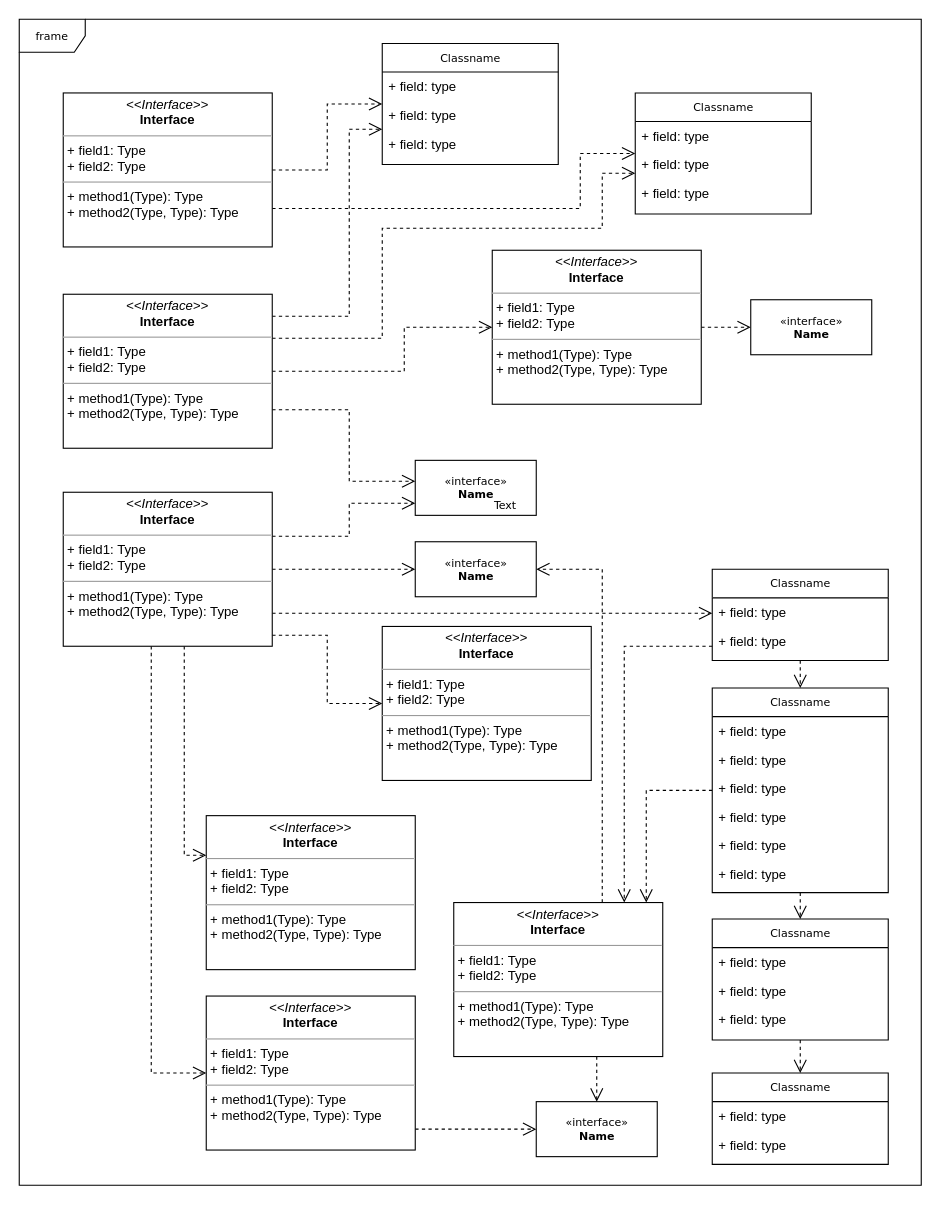
Earlier version of the draw.io diagram page "Page-1" (1 of 2) of images/Untitled Diagram.drawio (weiba6666/Markdown). Source tidied: cells renumbered, new cells numbered last; positions are measured from the earlier drawing's top-left corner, leaving out a move shared by most shapes. Both pictures are drawn from the tidied source at 110%, with x=0, y=0 at pixel (19, 19).
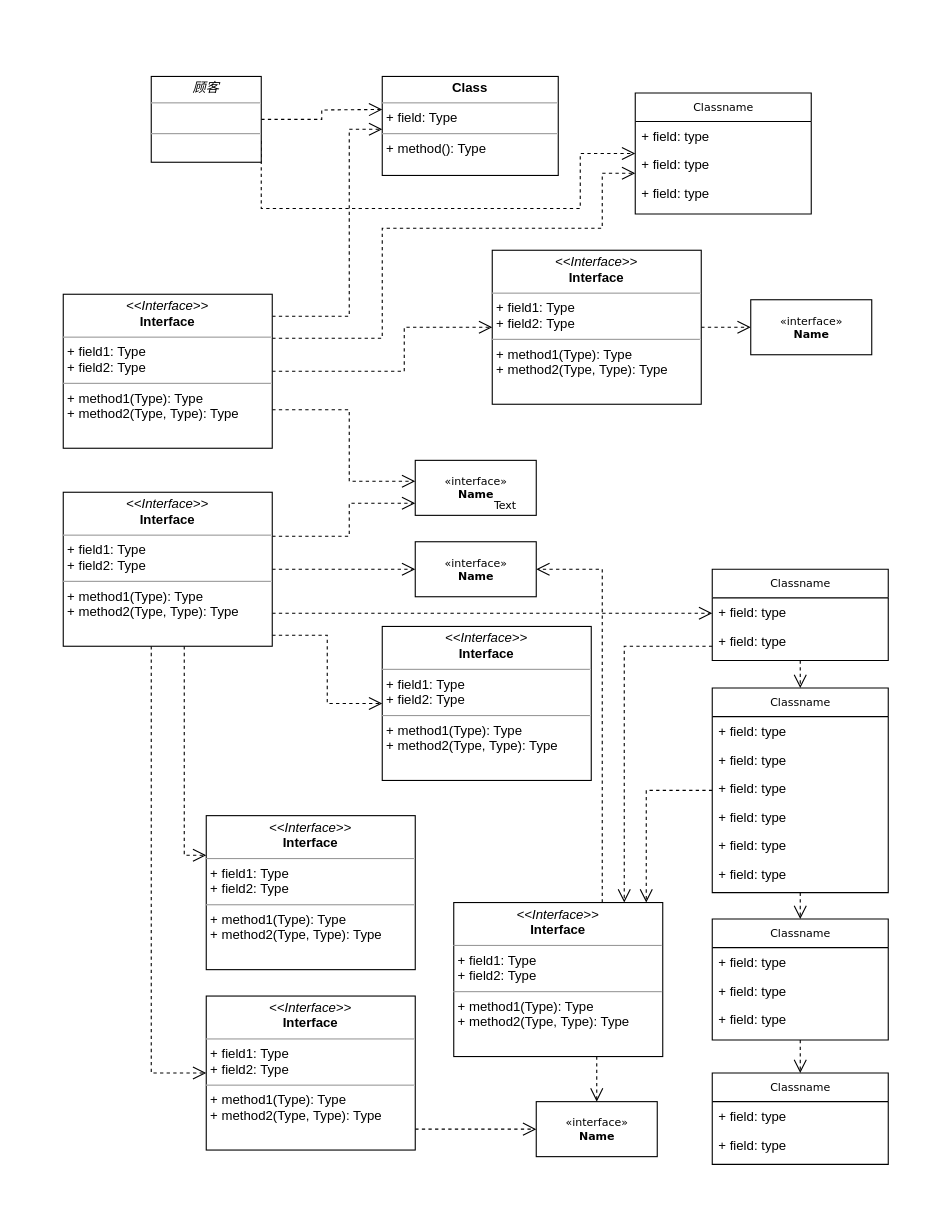
After the change.

Unchanged cells that the change refers to:
```xml
<mxCell id="53" value="&lt;p style=&quot;margin:0px;margin-top:4px;text-align:center;&quot;&gt;&lt;i&gt;&amp;lt;&amp;lt;Interface&amp;gt;&amp;gt;&lt;/i&gt;&lt;br/&gt;&lt;b&gt;Interface&lt;/b&gt;&lt;/p&gt;&lt;hr size=&quot;1&quot;/&gt;&lt;p style=&quot;margin:0px;margin-left:4px;&quot;&gt;+ field1: Type&lt;br/&gt;+ field2: Type&lt;/p&gt;&lt;hr size=&quot;1&quot;/&gt;&lt;p style=&quot;margin:0px;margin-left:4px;&quot;&gt;+ method1(Type): Type&lt;br/&gt;+ method2(Type, Type): Type&lt;/p&gt;" style="verticalAlign=top;align=left;overflow=fill;fontSize=12;fontFamily=Helvetica;html=1;rounded=0;shadow=0;comic=0;labelBackgroundColor=none;strokeWidth=1;" parent="1" vertex="1">
  <mxGeometry x="40" y="250" width="190" height="140" as="geometry" />
</mxCell>
```

Diff of the diagram source:
```diff
@@
-    <mxCell id="2" value="frame" style="shape=umlFrame;whiteSpace=wrap;html=1;rounded=0;shadow=0;comic=0;labelBackgroundColor=none;strokeWidth=1;fontFamily=Verdana;fontSize=10;align=center;" parent="1" vertex="1">
-      <mxGeometry width="820" height="1060" as="geometry" />
-    </mxCell>
@@
-    <mxCell id="12" value="Classname" style="swimlane;html=1;fontStyle=0;horizontal=1;startSize=26;fillColor=none;swimlaneFillColor=#ffffff;rounded=0;shadow=0;comic=0;labelBackgroundColor=none;strokeWidth=1;fontFamily=Verdana;fontSize=10;align=center;" parent="1" vertex="1">
-      <mxGeometry x="330" y="22" width="160" height="110" as="geometry" />
-    </mxCell>
-    <mxCell id="13" value="+ field: type" style="text;html=1;strokeColor=none;fillColor=none;align=left;verticalAlign=top;spacingLeft=4;spacingRight=4;whiteSpace=wrap;overflow=hidden;" parent="12" vertex="1">
-      <mxGeometry y="26" width="160" height="26" as="geometry" />
-    </mxCell>
-    <mxCell id="14" value="+ field: type" style="text;html=1;strokeColor=none;fillColor=none;align=left;verticalAlign=top;spacingLeft=4;spacingRight=4;whiteSpace=wrap;overflow=hidden;" parent="12" vertex="1">
-      <mxGeometry y="52" width="160" height="26" as="geometry" />
-    </mxCell>
-    <mxCell id="15" value="+ field: type" style="text;html=1;strokeColor=none;fillColor=none;align=left;verticalAlign=top;spacingLeft=4;spacingRight=4;whiteSpace=wrap;overflow=hidden;" parent="12" vertex="1">
-      <mxGeometry y="78" width="160" height="26" as="geometry" />
-    </mxCell>
@@
-    <mxCell id="46" style="edgeStyle=orthogonalEdgeStyle;rounded=0;html=1;labelBackgroundColor=none;startFill=0;endArrow=open;endFill=0;endSize=10;fontFamily=Verdana;fontSize=10;dashed=1;" parent="1" edge="1" source="48" target="12">
-      <mxGeometry relative="1" as="geometry" />
+    <mxCell id="46" style="edgeStyle=orthogonalEdgeStyle;rounded=0;html=1;labelBackgroundColor=none;startFill=0;endArrow=open;endFill=0;endSize=10;fontFamily=Verdana;fontSize=10;dashed=1;" parent="1" edge="1" source="48">
+      <mxGeometry relative="1" as="geometry">
+        <mxPoint x="330" y="82" as="targetPoint" />
+      </mxGeometry>
     </mxCell>
@@
-    <mxCell id="48" value="&lt;p style=&quot;margin:0px;margin-top:4px;text-align:center;&quot;&gt;&lt;i&gt;&amp;lt;&amp;lt;Interface&amp;gt;&amp;gt;&lt;/i&gt;&lt;br/&gt;&lt;b&gt;Interface&lt;/b&gt;&lt;/p&gt;&lt;hr size=&quot;1&quot;/&gt;&lt;p style=&quot;margin:0px;margin-left:4px;&quot;&gt;+ field1: Type&lt;br/&gt;+ field2: Type&lt;/p&gt;&lt;hr size=&quot;1&quot;/&gt;&lt;p style=&quot;margin:0px;margin-left:4px;&quot;&gt;+ method1(Type): Type&lt;br/&gt;+ method2(Type, Type): Type&lt;/p&gt;" style="verticalAlign=top;align=left;overflow=fill;fontSize=12;fontFamily=Helvetica;html=1;rounded=0;shadow=0;comic=0;labelBackgroundColor=none;strokeWidth=1;" parent="1" vertex="1">
-      <mxGeometry x="40" y="67" width="190" height="140" as="geometry" />
+    <mxCell id="48" value="&lt;p style=&quot;margin: 0px ; margin-top: 4px ; text-align: center&quot;&gt;&lt;i&gt;顾客&lt;/i&gt;&lt;/p&gt;&lt;hr size=&quot;1&quot;&gt;&lt;p style=&quot;margin: 0px ; margin-left: 4px&quot;&gt;&lt;br&gt;&lt;/p&gt;&lt;hr size=&quot;1&quot;&gt;&lt;p style=&quot;margin: 0px ; margin-left: 4px&quot;&gt;&lt;br&gt;&lt;/p&gt;" style="verticalAlign=top;align=left;overflow=fill;fontSize=12;fontFamily=Helvetica;html=1;rounded=0;shadow=0;comic=0;labelBackgroundColor=none;strokeWidth=1;" parent="1" vertex="1">
+      <mxGeometry x="120" y="52" width="100" height="78" as="geometry" />
     </mxCell>
-    <mxCell id="49" style="edgeStyle=orthogonalEdgeStyle;rounded=0;html=1;dashed=1;labelBackgroundColor=none;startFill=0;endArrow=open;endFill=0;endSize=10;fontFamily=Verdana;fontSize=10;" parent="1" edge="1" source="53" target="12">
+    <mxCell id="49" style="edgeStyle=orthogonalEdgeStyle;rounded=0;html=1;dashed=1;labelBackgroundColor=none;startFill=0;endArrow=open;endFill=0;endSize=10;fontFamily=Verdana;fontSize=10;" parent="1" edge="1" source="53">
       <mxGeometry relative="1" as="geometry">
+        <mxPoint x="330" y="100" as="targetPoint" />
         <Array as="points">
           <mxPoint x="300" y="270" />
           <mxPoint x="300" y="100" />
         </Array>
       </mxGeometry>
     </mxCell>
@@
+    <mxCell id="62" value="&lt;p style=&quot;margin:0px;margin-top:4px;text-align:center;&quot;&gt;&lt;b&gt;Class&lt;/b&gt;&lt;/p&gt;&lt;hr size=&quot;1&quot;/&gt;&lt;p style=&quot;margin:0px;margin-left:4px;&quot;&gt;+ field: Type&lt;/p&gt;&lt;hr size=&quot;1&quot;/&gt;&lt;p style=&quot;margin:0px;margin-left:4px;&quot;&gt;+ method(): Type&lt;/p&gt;" style="verticalAlign=top;align=left;overflow=fill;fontSize=12;fontFamily=Helvetica;html=1;" parent="1" vertex="1">
+      <mxGeometry x="330" y="52" width="160" height="90" as="geometry" />
+    </mxCell>
```
